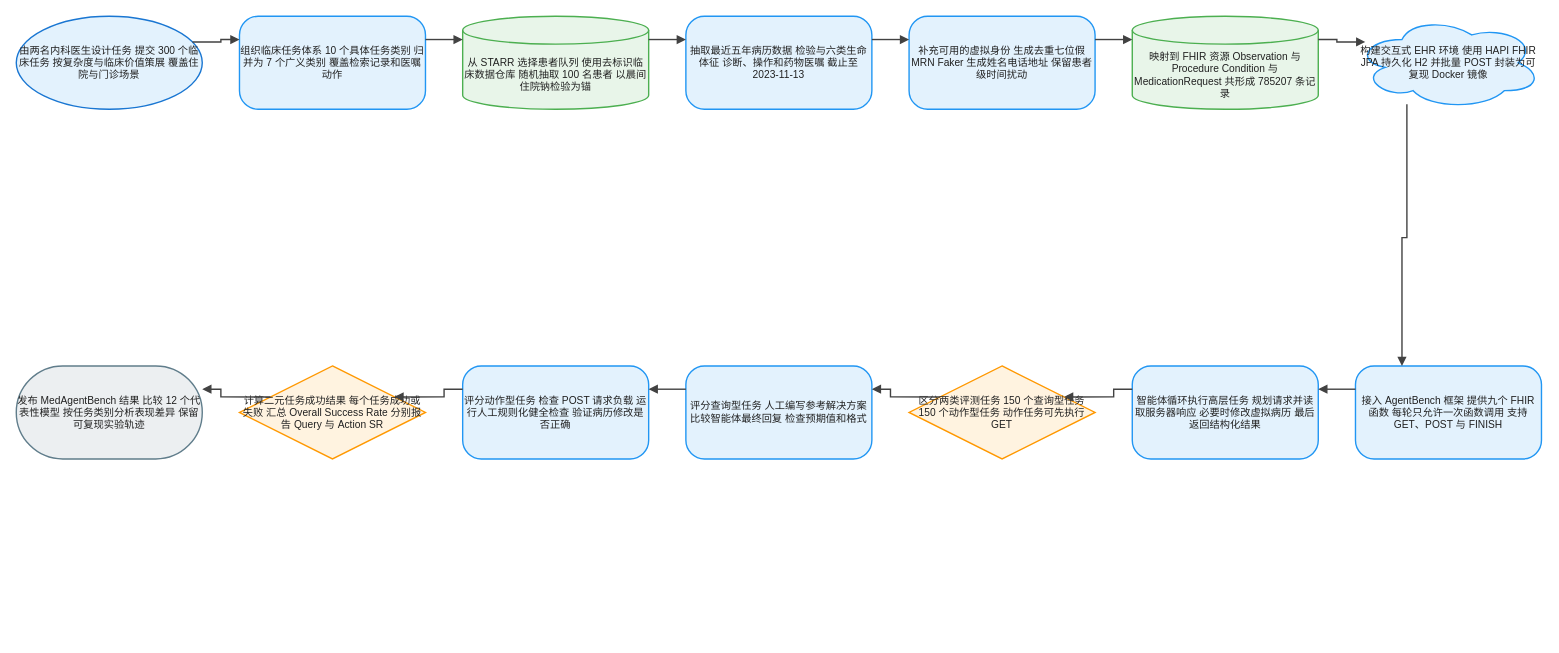
joe1chief/benchmark-hub keeps this draw.io diagram as client/public/drawio/MedAgentBench/MedAgentBench.zh.drawio. Above is the earlier version. Source tidied: cells renumbered, new cells numbered last; positions are measured from the earlier drawing's top-left corner, leaving out a move shared by most shapes. Both pictures are drawn from the tidied source at 93%, with x=0, y=0 at pixel (16, 16).
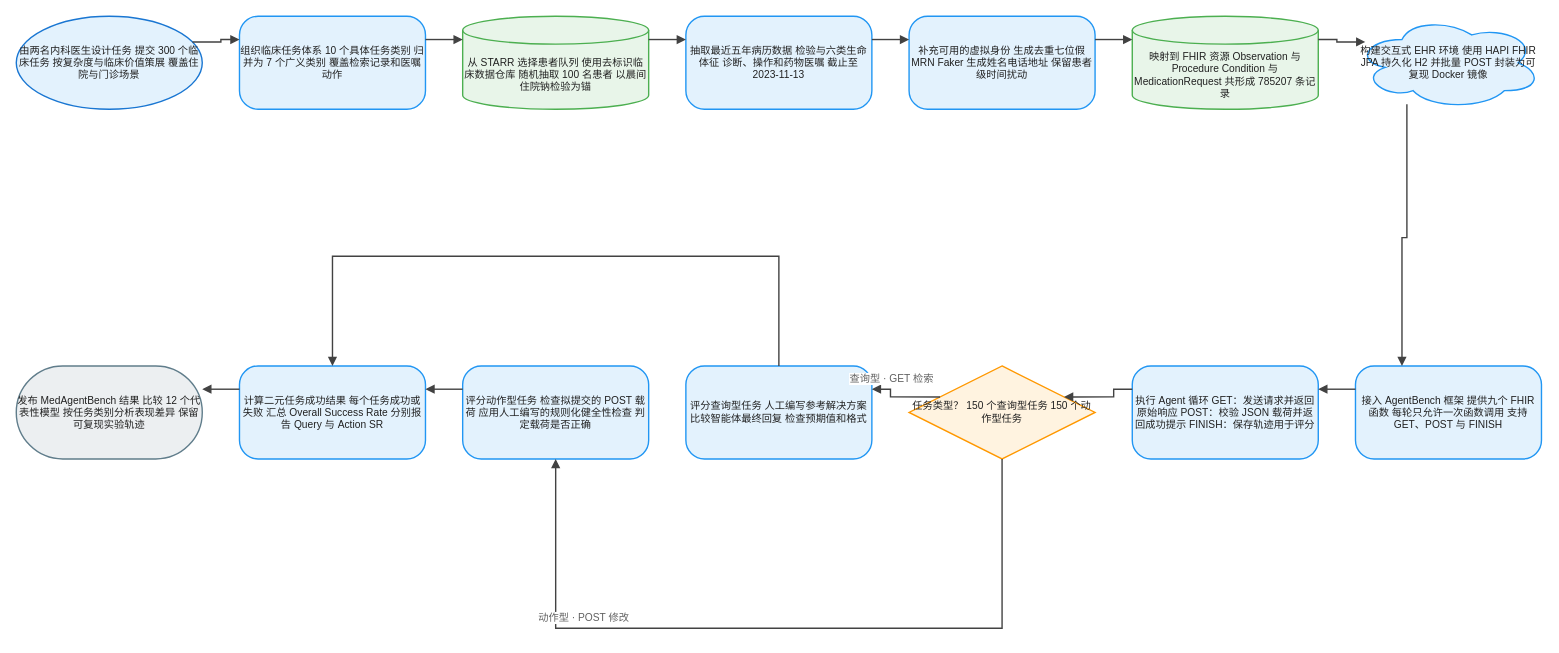
After the change.

The change refers to these unchanged cells:
```xml
<mxCell id="12" value="评分查询型任务 人工编写参考解决方案 比较智能体最终回复 检查预期值和格式" style="rounded=1;arcSize=20;html=1;whiteSpace=wrap;fillColor=#E3F2FD;strokeColor=#2196F3;strokeWidth=1.5;fontColor=#212121;fontSize=11;fontFamily=Arial, Helvetica, sans-serif;verticalAlign=middle;align=center;" parent="1" vertex="1">
  <mxGeometry x="720" y="376" width="200" height="100" as="geometry" />
</mxCell>
<mxCell id="25" style="edgeStyle=orthogonalEdgeStyle;rounded=0;jettySize=auto;html=1;strokeColor=#424242;strokeWidth=1.5;endArrow=block;endFill=1;exitX=0;exitY=0.25;exitDx=0;exitDy=0;entryX=1;entryY=0.25;entryDx=0;entryDy=0;jumpStyle=arc;jumpSize=8;" parent="1" edge="1" source="11" target="12">
  <mxGeometry relative="1" as="geometry" />
</mxCell>
```

Diff of the diagram source:
```diff
@@
-    <mxCell id="10" value="智能体循环执行高层任务 规划请求并读取服务器响应 必要时修改虚拟病历 最后返回结构化结果" style="rounded=1;arcSize=20;html=1;whiteSpace=wrap;fillColor=#E3F2FD;strokeColor=#2196F3;strokeWidth=1.5;fontColor=#212121;fontSize=11;fontFamily=Arial, Helvetica, sans-serif;verticalAlign=middle;align=center;" parent="1" vertex="1">
+    <mxCell id="10" value="执行 Agent 循环 GET：发送请求并返回原始响应 POST：校验 JSON 载荷并返回成功提示 FINISH：保存轨迹用于评分" style="rounded=1;arcSize=20;html=1;whiteSpace=wrap;fillColor=#E3F2FD;strokeColor=#2196F3;strokeWidth=1.5;fontColor=#212121;fontSize=11;fontFamily=Arial, Helvetica, sans-serif;verticalAlign=middle;align=center;" parent="1" vertex="1">
       <mxGeometry x="1200" y="376" width="200" height="100" as="geometry" />
     </mxCell>
-    <mxCell id="11" value="区分两类评测任务 150 个查询型任务 150 个动作型任务 动作任务可先执行 GET" style="rhombus;html=1;whiteSpace=wrap;fillColor=#FFF3E0;strokeColor=#FF9800;strokeWidth=1.5;fontColor=#212121;fontSize=11;fontFamily=Arial, Helvetica, sans-serif;verticalAlign=middle;align=center;" parent="1" vertex="1">
+    <mxCell id="11" value="任务类型？ 150 个查询型任务 150 个动作型任务" style="rhombus;html=1;whiteSpace=wrap;fillColor=#FFF3E0;strokeColor=#FF9800;strokeWidth=1.5;fontColor=#212121;fontSize=11;fontFamily=Arial, Helvetica, sans-serif;verticalAlign=middle;align=center;" parent="1" vertex="1">
       <mxGeometry x="960" y="376" width="200" height="100" as="geometry" />
     </mxCell>
@@
-    <mxCell id="13" value="评分动作型任务 检查 POST 请求负载 运行人工规则化健全检查 验证病历修改是否正确" style="rounded=1;arcSize=20;html=1;whiteSpace=wrap;fillColor=#E3F2FD;strokeColor=#2196F3;strokeWidth=1.5;fontColor=#212121;fontSize=11;fontFamily=Arial, Helvetica, sans-serif;verticalAlign=middle;align=center;" parent="1" vertex="1">
+    <mxCell id="13" value="评分动作型任务 检查拟提交的 POST 载荷 应用人工编写的规则化健全性检查 判定载荷是否正确" style="rounded=1;arcSize=20;html=1;whiteSpace=wrap;fillColor=#E3F2FD;strokeColor=#2196F3;strokeWidth=1.5;fontColor=#212121;fontSize=11;fontFamily=Arial, Helvetica, sans-serif;verticalAlign=middle;align=center;" parent="1" vertex="1">
       <mxGeometry x="480" y="376" width="200" height="100" as="geometry" />
     </mxCell>
-    <mxCell id="14" value="计算二元任务成功结果 每个任务成功或失败 汇总 Overall Success Rate 分别报告 Query 与 Action SR" style="rhombus;html=1;whiteSpace=wrap;fillColor=#FFF3E0;strokeColor=#FF9800;strokeWidth=1.5;fontColor=#212121;fontSize=11;fontFamily=Arial, Helvetica, sans-serif;verticalAlign=middle;align=center;" parent="1" vertex="1">
+    <mxCell id="14" value="计算二元任务成功结果 每个任务成功或失败 汇总 Overall Success Rate 分别报告 Query 与 Action SR" style="rounded=1;arcSize=20;html=1;whiteSpace=wrap;fillColor=#E3F2FD;strokeColor=#2196F3;strokeWidth=1.5;fontColor=#212121;fontSize=11;fontFamily=Arial, Helvetica, sans-serif;verticalAlign=middle;align=center;" parent="1" vertex="1">
       <mxGeometry x="240" y="376" width="200" height="100" as="geometry" />
     </mxCell>
@@
-    <mxCell id="26" style="edgeStyle=orthogonalEdgeStyle;rounded=0;jettySize=auto;html=1;strokeColor=#424242;strokeWidth=1.5;endArrow=block;endFill=1;exitX=0;exitY=0.25;exitDx=0;exitDy=0;entryX=1;entryY=0.25;entryDx=0;entryDy=0;jumpStyle=arc;jumpSize=8;" parent="1" edge="1" source="12" target="13">
-      <mxGeometry relative="1" as="geometry" />
+    <mxCell id="26" value="查询型 · GET 检索" style="edgeLabel;html=1;align=center;verticalAlign=middle;fontSize=11;fontColor=#616161;" parent="25" vertex="1">
+      <mxGeometry x="0.5" relative="1" as="geometry">
+        <mxPoint y="-12" as="offset" />
+      </mxGeometry>
     </mxCell>
@@
+    <mxCell id="29" style="edgeStyle=orthogonalEdgeStyle;rounded=0;jettySize=auto;html=1;strokeColor=#424242;strokeWidth=1.5;endArrow=block;endFill=1;jumpStyle=arc;jumpSize=8;" parent="1" edge="1" source="11" target="13">
+      <mxGeometry relative="1" as="geometry">
+        <Array as="points">
+          <mxPoint x="1060" y="658" />
+          <mxPoint x="580" y="658" />
+        </Array>
+      </mxGeometry>
+    </mxCell>
+    <mxCell id="30" value="动作型 · POST 修改" style="edgeLabel;html=1;align=center;verticalAlign=middle;fontSize=11;fontColor=#616161;" parent="29" vertex="1">
+      <mxGeometry x="0.5" relative="1" as="geometry">
+        <mxPoint y="-12" as="offset" />
+      </mxGeometry>
+    </mxCell>
+    <mxCell id="31" style="edgeStyle=orthogonalEdgeStyle;rounded=0;jettySize=auto;html=1;strokeColor=#424242;strokeWidth=1.5;endArrow=block;endFill=1;jumpStyle=arc;jumpSize=8;" parent="1" edge="1" source="12" target="14">
+      <mxGeometry relative="1" as="geometry">
+        <Array as="points">
+          <mxPoint x="820" y="258" />
+          <mxPoint x="340" y="258" />
+        </Array>
+      </mxGeometry>
+    </mxCell>
```
